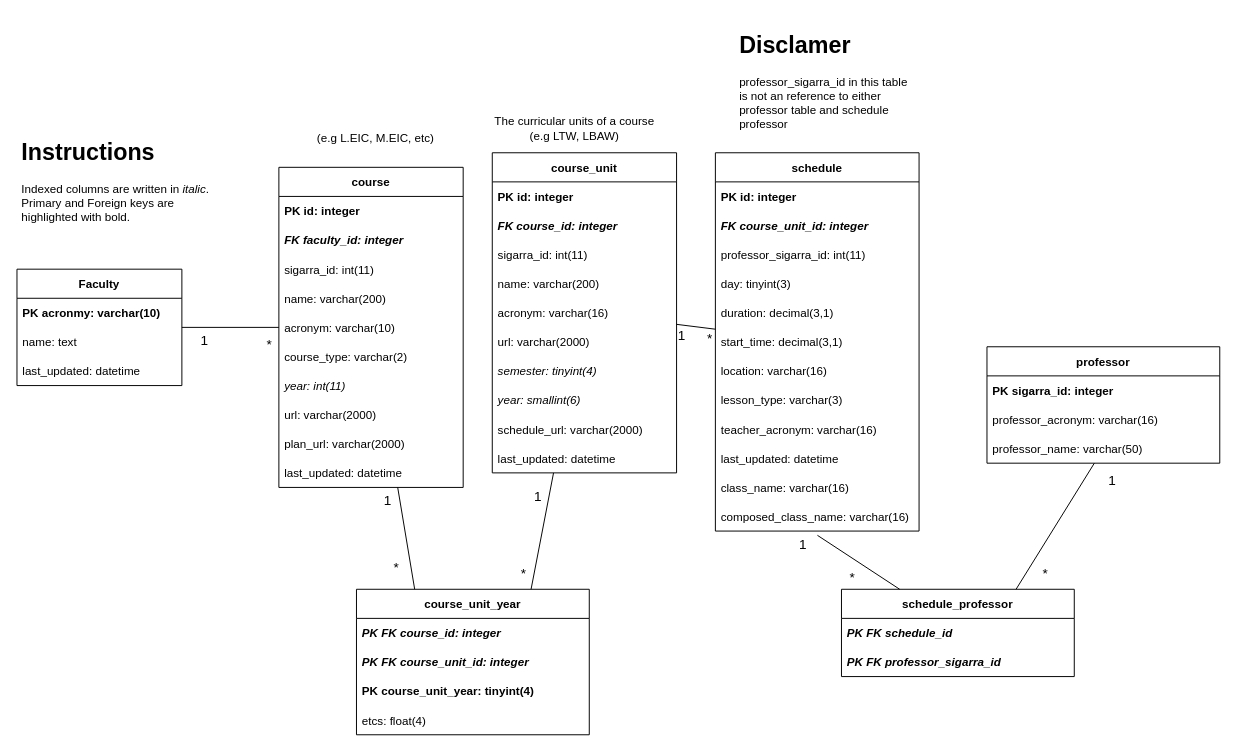
Above: docs/schema.drawio in NIAEFEUP/uporto-schedule-scrapper (draw.io), before the change. Source tidied: cells renumbered, new cells numbered last; positions are measured from the earlier drawing's top-left corner, leaving out a move shared by most shapes. Both pictures are drawn from the tidied source at 97%, with x=0, y=0 at pixel (16, 26).
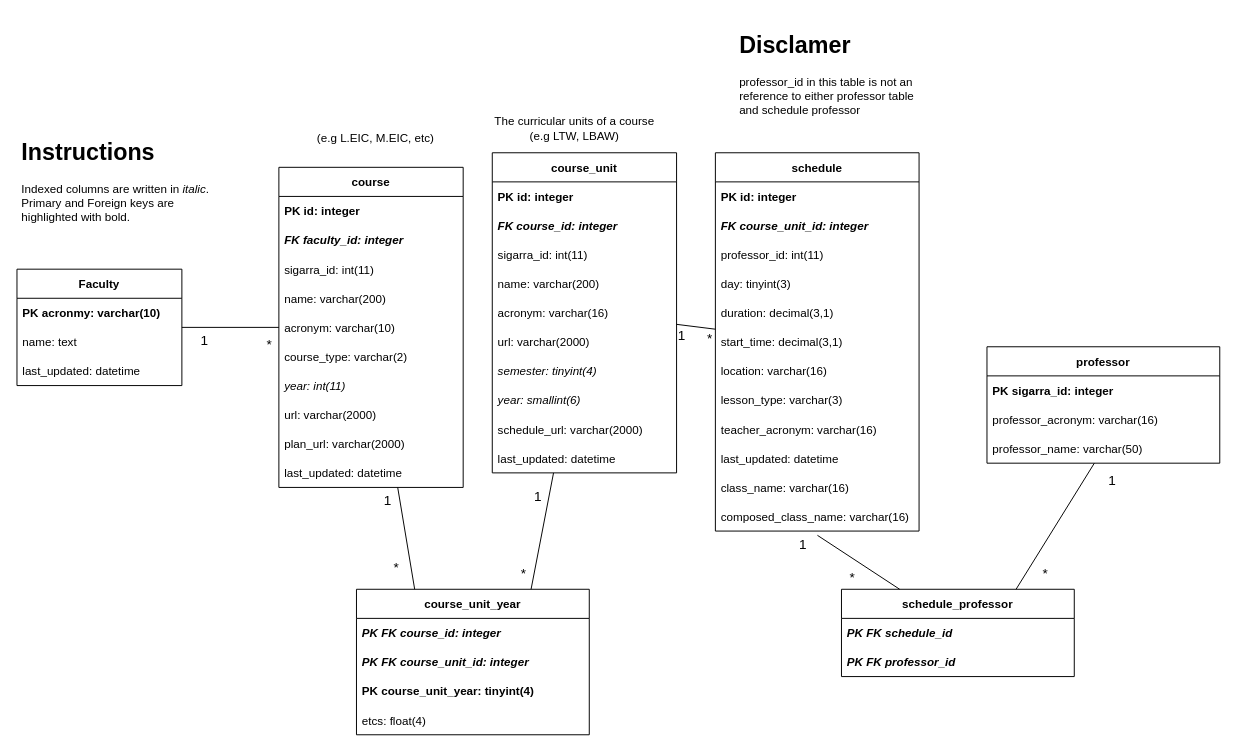
After the change.

Unchanged cells that the change refers to:
```xml
<mxCell id="18" value="schedule" style="swimlane;fontStyle=1;horizontal=1;startSize=30;" parent="1" vertex="1">
  <mxGeometry x="720" y="130" width="210" height="390" as="geometry" />
</mxCell>
<mxCell id="65" value="schedule_professor" style="swimlane;fontStyle=1;horizontal=1;startSize=30;" parent="1" vertex="1">
  <mxGeometry x="850" y="580" width="240" height="90" as="geometry" />
</mxCell>
```

What changed in the source:
```diff
@@
-    <mxCell id="21" value="professor_sigarra_id: int(11)" style="text;strokeColor=none;fillColor=none;align=left;verticalAlign=middle;spacingLeft=4;spacingRight=4;overflow=hidden;fontStyle=0;" parent="18" vertex="1">
+    <mxCell id="21" value="professor_id: int(11)" style="text;strokeColor=none;fillColor=none;align=left;verticalAlign=middle;spacingLeft=4;spacingRight=4;overflow=hidden;fontStyle=0;" parent="18" vertex="1">
       <mxGeometry y="90" width="210" height="30" as="geometry" />
     </mxCell>
@@
-    <mxCell id="67" value="PK FK professor_sigarra_id" style="text;strokeColor=none;fillColor=none;align=left;verticalAlign=middle;spacingLeft=4;spacingRight=4;overflow=hidden;fontStyle=3;" parent="65" vertex="1">
+    <mxCell id="67" value="PK FK professor_id" style="text;strokeColor=none;fillColor=none;align=left;verticalAlign=middle;spacingLeft=4;spacingRight=4;overflow=hidden;fontStyle=3;" parent="65" vertex="1">
       <mxGeometry y="60" width="240" height="30" as="geometry" />
     </mxCell>
@@
-    <mxCell id="75" value="&lt;h1&gt;Disclamer&lt;/h1&gt;&lt;p&gt;&lt;span style=&quot;border-color: var(--border-color); text-align: center;&quot;&gt;professor_sigarra_id in this table is not an reference to either professor table and schedule professor&lt;/span&gt;&lt;br&gt;&lt;/p&gt;" style="text;html=1;strokeColor=none;fillColor=none;spacing=5;spacingTop=-20;whiteSpace=wrap;overflow=hidden;rounded=0;" parent="1" vertex="1">
+    <mxCell id="75" value="&lt;h1&gt;Disclamer&lt;/h1&gt;&lt;p&gt;&lt;span style=&quot;border-color: var(--border-color); text-align: center;&quot;&gt;professor_id in this table is not an reference to either professor table and schedule professor&lt;/span&gt;&lt;br&gt;&lt;/p&gt;" style="text;html=1;strokeColor=none;fillColor=none;spacing=5;spacingTop=-20;whiteSpace=wrap;overflow=hidden;rounded=0;" parent="1" vertex="1">
       <mxGeometry x="740" width="190" height="120" as="geometry" />
     </mxCell>
```
